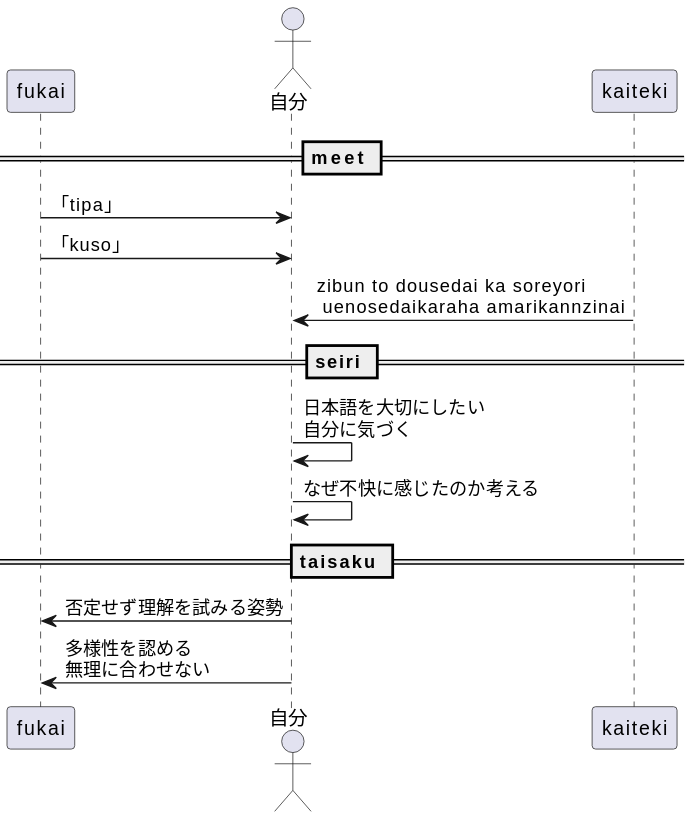
Before: out/fu_word1.svg, a diagram exported from PlantUML (coacoa/images). Source of this version:
```plantuml
@startuml
participant fukai as fukai
actor 自分 as self
participant kaiteki as kaiteki

== meet ==

fukai -> self : 「tipa」
fukai -> self : 「kuso」
kaiteki -> self : zibun to dousedai ka soreyori\n uenosedaikaraha amarikannzinai

== seiri ==

self -> self : 日本語を大切にしたい\n自分に気づく
self -> self : なぜ不快に感じたのか考える

== taisaku ==

self -> fukai: 否定せず理解を試みる姿勢
self -> fukai: 多様性を認める\n無理に合わせない
@enduml
```
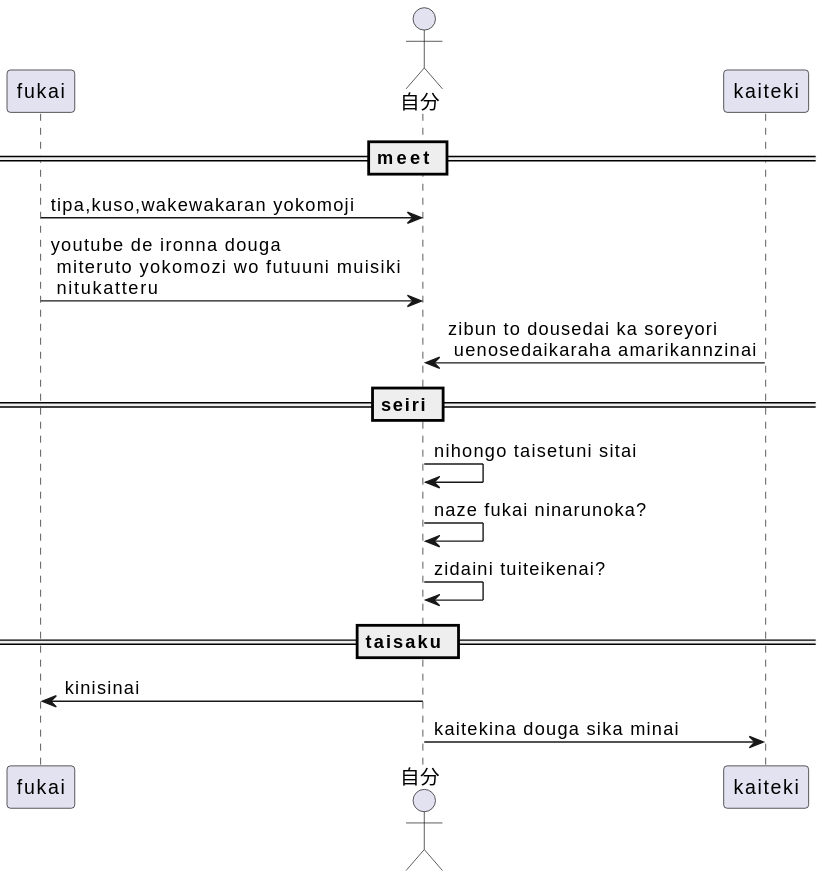
Later version of the same file.

Diff of the diagram source:
```diff
@@ -5,17 +5,18 @@
 
 == meet ==
 
-fukai -> self : 「tipa」
-fukai -> self : 「kuso」
+fukai -> self : tipa,kuso,wakewakaran yokomoji
+fukai -> self : youtube de ironna douga\n miteruto yokomozi wo futuuni muisiki\n nitukatteru
 kaiteki -> self : zibun to dousedai ka soreyori\n uenosedaikaraha amarikannzinai
 
 == seiri ==
 
-self -> self : 日本語を大切にしたい\n自分に気づく
-self -> self : なぜ不快に感じたのか考える
+self -> self : nihongo taisetuni sitai
+self -> self : naze fukai ninarunoka?
+self -> self : zidaini tuiteikenai?
 
 == taisaku ==
 
-self -> fukai: 否定せず理解を試みる姿勢
-self -> fukai: 多様性を認める\n無理に合わせない
+self -> fukai: kinisinai
+self -> kaiteki: kaitekina douga sika minai
 @enduml
```
